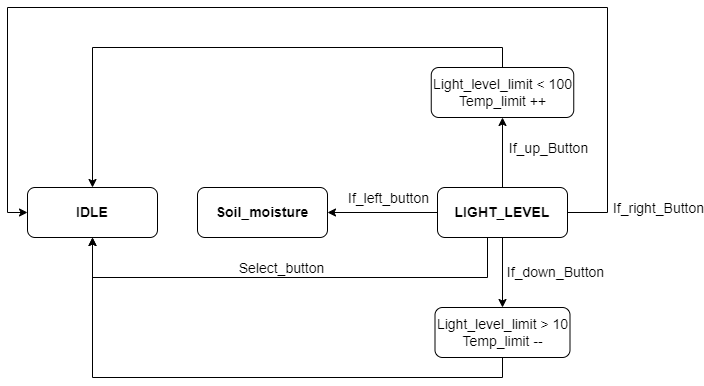
This is Labs/Project/Image/Light_level.png from Ladislav-Drapal/Digital-electronics-2, a draw.io export, as it was before one commit. Source tidied: cells renumbered, new cells last; positions are measured from the earlier drawing's top-left corner, leaving out a move shared by most shapes. Its diagram source:
```xml
<mxGraphModel>
  <root>
    <mxCell id="0" />
    <mxCell id="1" parent="0" />
    <mxCell id="2" style="edgeStyle=orthogonalEdgeStyle;rounded=0;jettySize=auto;html=1;exitX=0.5;exitY=1;exitDx=0;exitDy=0;entryX=0.5;entryY=0;entryDx=0;entryDy=0;fontSize=14;" parent="1" edge="1" source="9" target="13">
      <mxGeometry relative="1" as="geometry" />
    </mxCell>
    <mxCell id="3" style="edgeStyle=orthogonalEdgeStyle;rounded=0;jettySize=auto;html=1;exitX=1;exitY=0.5;exitDx=0;exitDy=0;entryX=0;entryY=0.5;entryDx=0;entryDy=0;fontSize=14;" parent="1" edge="1" source="9" target="18">
      <mxGeometry relative="1" as="geometry">
        <Array as="points">
          <mxPoint x="600" y="205" />
          <mxPoint x="600" />
          <mxPoint />
          <mxPoint y="205" />
        </Array>
      </mxGeometry>
    </mxCell>
    <mxCell id="4" style="edgeStyle=orthogonalEdgeStyle;rounded=0;jettySize=auto;html=1;exitX=0;exitY=0.5;exitDx=0;exitDy=0;entryX=1;entryY=0.5;entryDx=0;entryDy=0;fontSize=14;" parent="1" edge="1" source="9" target="14">
      <mxGeometry relative="1" as="geometry" />
    </mxCell>
    <mxCell id="5" value="If_left_button" style="edgeLabel;html=1;align=center;verticalAlign=middle;fontSize=14;" parent="4" vertex="1">
      <mxGeometry x="-0.18" y="-2" relative="1" as="geometry">
        <mxPoint x="-5" y="-13" as="offset" />
      </mxGeometry>
    </mxCell>
    <mxCell id="6" style="edgeStyle=orthogonalEdgeStyle;rounded=0;jettySize=auto;html=1;exitX=0.5;exitY=1;exitDx=0;exitDy=0;entryX=0.5;entryY=1;entryDx=0;entryDy=0;fontSize=14;" parent="1" edge="1" source="9" target="18">
      <mxGeometry relative="1" as="geometry">
        <Array as="points">
          <mxPoint x="480" y="230" />
          <mxPoint x="480" y="270" />
          <mxPoint x="85" y="270" />
        </Array>
      </mxGeometry>
    </mxCell>
    <mxCell id="7" value="Select_button" style="edgeLabel;html=1;align=center;verticalAlign=middle;fontSize=14;" parent="6" vertex="1">
      <mxGeometry x="0.07" y="1" relative="1" as="geometry">
        <mxPoint y="-11" as="offset" />
      </mxGeometry>
    </mxCell>
    <mxCell id="8" style="edgeStyle=orthogonalEdgeStyle;rounded=0;jettySize=auto;html=1;exitX=0.5;exitY=0;exitDx=0;exitDy=0;entryX=0.5;entryY=1;entryDx=0;entryDy=0;" parent="1" edge="1" source="9" target="11">
      <mxGeometry relative="1" as="geometry" />
    </mxCell>
    <mxCell id="9" value="&lt;span style=&quot;font-size: 14px&quot;&gt;&lt;b&gt;LIGHT_LEVEL&lt;/b&gt;&lt;/span&gt;" style="rounded=1;whiteSpace=wrap;html=1;" parent="1" vertex="1">
      <mxGeometry x="430" y="180" width="130" height="50" as="geometry" />
    </mxCell>
    <mxCell id="10" style="edgeStyle=orthogonalEdgeStyle;rounded=0;jettySize=auto;html=1;exitX=0.5;exitY=0;exitDx=0;exitDy=0;entryX=0.5;entryY=0;entryDx=0;entryDy=0;fontSize=14;" parent="1" edge="1" source="11" target="18">
      <mxGeometry relative="1" as="geometry" />
    </mxCell>
    <mxCell id="11" value="Light_level_limit &amp;lt; 100&lt;br&gt;Temp_limit ++" style="rounded=1;whiteSpace=wrap;html=1;fontSize=14;" parent="1" vertex="1">
      <mxGeometry x="423.8" y="60" width="142.5" height="50" as="geometry" />
    </mxCell>
    <mxCell id="12" style="edgeStyle=orthogonalEdgeStyle;rounded=0;jettySize=auto;html=1;exitX=0.5;exitY=1;exitDx=0;exitDy=0;entryX=0.5;entryY=1;entryDx=0;entryDy=0;fontSize=14;" parent="1" edge="1" source="13" target="18">
      <mxGeometry relative="1" as="geometry" />
    </mxCell>
    <mxCell id="13" value="Light_level_limit&amp;nbsp;&amp;gt; 10&lt;br&gt;Temp_limit --" style="rounded=1;whiteSpace=wrap;html=1;fontSize=14;" parent="1" vertex="1">
      <mxGeometry x="427.5" y="300" width="135" height="50" as="geometry" />
    </mxCell>
    <mxCell id="14" value="&lt;b&gt;&lt;font style=&quot;font-size: 14px&quot;&gt;Soil_moisture&lt;/font&gt;&lt;/b&gt;" style="rounded=1;whiteSpace=wrap;html=1;" parent="1" vertex="1">
      <mxGeometry x="190" y="180" width="130" height="50" as="geometry" />
    </mxCell>
    <mxCell id="15" value="If_right_Button" style="edgeLabel;html=1;align=center;verticalAlign=middle;fontSize=14;" parent="1" vertex="1">
      <mxGeometry x="650" y="200" as="geometry" />
    </mxCell>
    <mxCell id="16" value="If_up_Button" style="edgeLabel;html=1;align=center;verticalAlign=middle;fontSize=14;" parent="1" vertex="1">
      <mxGeometry x="540" y="140" as="geometry" />
    </mxCell>
    <mxCell id="17" value="If_down_Button" style="edgeLabel;html=1;align=center;verticalAlign=middle;fontSize=14;" parent="1" vertex="1">
      <mxGeometry x="530" y="270" as="geometry">
        <mxPoint x="17" y="-6" as="offset" />
      </mxGeometry>
    </mxCell>
    <mxCell id="18" value="&lt;b&gt;&lt;font style=&quot;font-size: 14px&quot;&gt;IDLE&lt;/font&gt;&lt;/b&gt;" style="rounded=1;whiteSpace=wrap;html=1;" parent="1" vertex="1">
      <mxGeometry x="20" y="180" width="130" height="50" as="geometry" />
    </mxCell>
  </root>
</mxGraphModel>
```
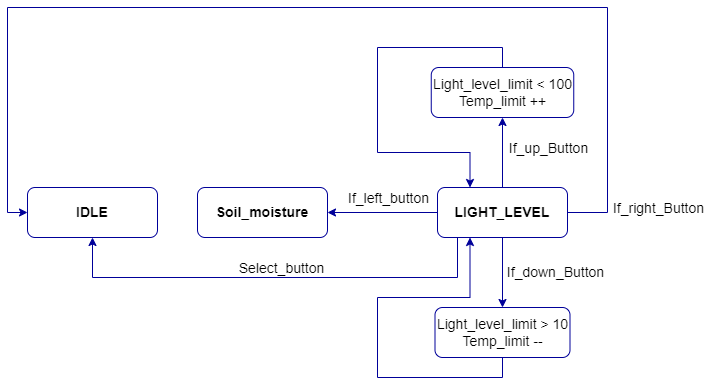
The same diagram one commit later.

Change to the diagram source:
```diff
@@ -2,10 +2,10 @@
   <root>
     <mxCell id="0" />
     <mxCell id="1" parent="0" />
-    <mxCell id="2" style="edgeStyle=orthogonalEdgeStyle;rounded=0;jettySize=auto;html=1;exitX=0.5;exitY=1;exitDx=0;exitDy=0;entryX=0.5;entryY=0;entryDx=0;entryDy=0;fontSize=14;" parent="1" edge="1" source="9" target="13">
+    <mxCell id="2" style="edgeStyle=orthogonalEdgeStyle;rounded=0;jettySize=auto;html=1;exitX=0.5;exitY=1;exitDx=0;exitDy=0;entryX=0.5;entryY=0;entryDx=0;entryDy=0;fontSize=14;strokeColor=#000099;" parent="1" edge="1" source="9" target="13">
       <mxGeometry relative="1" as="geometry" />
     </mxCell>
-    <mxCell id="3" style="edgeStyle=orthogonalEdgeStyle;rounded=0;jettySize=auto;html=1;exitX=1;exitY=0.5;exitDx=0;exitDy=0;entryX=0;entryY=0.5;entryDx=0;entryDy=0;fontSize=14;" parent="1" edge="1" source="9" target="18">
+    <mxCell id="3" style="edgeStyle=orthogonalEdgeStyle;rounded=0;jettySize=auto;html=1;exitX=1;exitY=0.5;exitDx=0;exitDy=0;entryX=0;entryY=0.5;entryDx=0;entryDy=0;fontSize=14;strokeColor=#000099;" parent="1" edge="1" source="9" target="18">
       <mxGeometry relative="1" as="geometry">
         <Array as="points">
           <mxPoint x="600" y="205" />
@@ -15,61 +15,75 @@
         </Array>
       </mxGeometry>
     </mxCell>
-    <mxCell id="4" style="edgeStyle=orthogonalEdgeStyle;rounded=0;jettySize=auto;html=1;exitX=0;exitY=0.5;exitDx=0;exitDy=0;entryX=1;entryY=0.5;entryDx=0;entryDy=0;fontSize=14;" parent="1" edge="1" source="9" target="14">
+    <mxCell id="4" style="edgeStyle=orthogonalEdgeStyle;rounded=0;jettySize=auto;html=1;exitX=0;exitY=0.5;exitDx=0;exitDy=0;entryX=1;entryY=0.5;entryDx=0;entryDy=0;fontSize=14;strokeColor=#000099;" parent="1" edge="1" source="9" target="14">
       <mxGeometry relative="1" as="geometry" />
     </mxCell>
-    <mxCell id="5" value="If_left_button" style="edgeLabel;html=1;align=center;verticalAlign=middle;fontSize=14;" parent="4" vertex="1">
+    <mxCell id="5" value="If_left_button" style="edgeLabel;html=1;align=center;verticalAlign=middle;fontSize=14;strokeColor=#000099;" parent="4" vertex="1">
       <mxGeometry x="-0.18" y="-2" relative="1" as="geometry">
         <mxPoint x="-5" y="-13" as="offset" />
       </mxGeometry>
     </mxCell>
-    <mxCell id="6" style="edgeStyle=orthogonalEdgeStyle;rounded=0;jettySize=auto;html=1;exitX=0.5;exitY=1;exitDx=0;exitDy=0;entryX=0.5;entryY=1;entryDx=0;entryDy=0;fontSize=14;" parent="1" edge="1" source="9" target="18">
+    <mxCell id="6" style="edgeStyle=orthogonalEdgeStyle;rounded=0;jettySize=auto;html=1;exitX=0.5;exitY=1;exitDx=0;exitDy=0;entryX=0.5;entryY=1;entryDx=0;entryDy=0;fontSize=14;strokeColor=#000099;" parent="1" edge="1" source="9" target="18">
       <mxGeometry relative="1" as="geometry">
         <Array as="points">
-          <mxPoint x="480" y="230" />
-          <mxPoint x="480" y="270" />
+          <mxPoint x="450" y="230" />
+          <mxPoint x="450" y="270" />
           <mxPoint x="85" y="270" />
         </Array>
       </mxGeometry>
     </mxCell>
-    <mxCell id="7" value="Select_button" style="edgeLabel;html=1;align=center;verticalAlign=middle;fontSize=14;" parent="6" vertex="1">
+    <mxCell id="7" value="Select_button" style="edgeLabel;html=1;align=center;verticalAlign=middle;fontSize=14;strokeColor=#000099;" parent="6" vertex="1">
       <mxGeometry x="0.07" y="1" relative="1" as="geometry">
         <mxPoint y="-11" as="offset" />
       </mxGeometry>
     </mxCell>
-    <mxCell id="8" style="edgeStyle=orthogonalEdgeStyle;rounded=0;jettySize=auto;html=1;exitX=0.5;exitY=0;exitDx=0;exitDy=0;entryX=0.5;entryY=1;entryDx=0;entryDy=0;" parent="1" edge="1" source="9" target="11">
+    <mxCell id="8" style="edgeStyle=orthogonalEdgeStyle;rounded=0;jettySize=auto;html=1;exitX=0.5;exitY=0;exitDx=0;exitDy=0;entryX=0.5;entryY=1;entryDx=0;entryDy=0;strokeColor=#000099;" parent="1" edge="1" source="9" target="11">
       <mxGeometry relative="1" as="geometry" />
     </mxCell>
-    <mxCell id="9" value="&lt;span style=&quot;font-size: 14px&quot;&gt;&lt;b&gt;LIGHT_LEVEL&lt;/b&gt;&lt;/span&gt;" style="rounded=1;whiteSpace=wrap;html=1;" parent="1" vertex="1">
+    <mxCell id="9" value="&lt;span style=&quot;font-size: 14px&quot;&gt;&lt;b&gt;LIGHT_LEVEL&lt;/b&gt;&lt;/span&gt;" style="rounded=1;whiteSpace=wrap;html=1;strokeColor=#000099;" parent="1" vertex="1">
       <mxGeometry x="430" y="180" width="130" height="50" as="geometry" />
     </mxCell>
-    <mxCell id="10" style="edgeStyle=orthogonalEdgeStyle;rounded=0;jettySize=auto;html=1;exitX=0.5;exitY=0;exitDx=0;exitDy=0;entryX=0.5;entryY=0;entryDx=0;entryDy=0;fontSize=14;" parent="1" edge="1" source="11" target="18">
-      <mxGeometry relative="1" as="geometry" />
+    <mxCell id="10" style="edgeStyle=orthogonalEdgeStyle;rounded=0;jettySize=auto;html=1;exitX=0.5;exitY=0;exitDx=0;exitDy=0;entryX=0.25;entryY=0;entryDx=0;entryDy=0;fontSize=14;strokeColor=#000099;" parent="1" edge="1" source="11" target="9">
+      <mxGeometry relative="1" as="geometry">
+        <Array as="points">
+          <mxPoint x="495" y="40" />
+          <mxPoint x="370" y="40" />
+          <mxPoint x="370" y="145" />
+          <mxPoint x="463" y="145" />
+        </Array>
+      </mxGeometry>
     </mxCell>
-    <mxCell id="11" value="Light_level_limit &amp;lt; 100&lt;br&gt;Temp_limit ++" style="rounded=1;whiteSpace=wrap;html=1;fontSize=14;" parent="1" vertex="1">
+    <mxCell id="11" value="Light_level_limit &amp;lt; 100&lt;br&gt;Temp_limit ++" style="rounded=1;whiteSpace=wrap;html=1;fontSize=14;strokeColor=#000099;" parent="1" vertex="1">
       <mxGeometry x="423.8" y="60" width="142.5" height="50" as="geometry" />
     </mxCell>
-    <mxCell id="12" style="edgeStyle=orthogonalEdgeStyle;rounded=0;jettySize=auto;html=1;exitX=0.5;exitY=1;exitDx=0;exitDy=0;entryX=0.5;entryY=1;entryDx=0;entryDy=0;fontSize=14;" parent="1" edge="1" source="13" target="18">
-      <mxGeometry relative="1" as="geometry" />
+    <mxCell id="12" style="edgeStyle=orthogonalEdgeStyle;rounded=0;jettySize=auto;html=1;exitX=0.5;exitY=1;exitDx=0;exitDy=0;fontSize=14;entryX=0.25;entryY=1;entryDx=0;entryDy=0;strokeColor=#000099;" parent="1" edge="1" source="13" target="9">
+      <mxGeometry relative="1" as="geometry">
+        <Array as="points">
+          <mxPoint x="495" y="370" />
+          <mxPoint x="370" y="370" />
+          <mxPoint x="370" y="290" />
+          <mxPoint x="463" y="290" />
+        </Array>
+      </mxGeometry>
     </mxCell>
-    <mxCell id="13" value="Light_level_limit&amp;nbsp;&amp;gt; 10&lt;br&gt;Temp_limit --" style="rounded=1;whiteSpace=wrap;html=1;fontSize=14;" parent="1" vertex="1">
+    <mxCell id="13" value="Light_level_limit&amp;nbsp;&amp;gt; 10&lt;br&gt;Temp_limit --" style="rounded=1;whiteSpace=wrap;html=1;fontSize=14;strokeColor=#000099;" parent="1" vertex="1">
       <mxGeometry x="427.5" y="300" width="135" height="50" as="geometry" />
     </mxCell>
-    <mxCell id="14" value="&lt;b&gt;&lt;font style=&quot;font-size: 14px&quot;&gt;Soil_moisture&lt;/font&gt;&lt;/b&gt;" style="rounded=1;whiteSpace=wrap;html=1;" parent="1" vertex="1">
+    <mxCell id="14" value="&lt;b&gt;&lt;font style=&quot;font-size: 14px&quot;&gt;Soil_moisture&lt;/font&gt;&lt;/b&gt;" style="rounded=1;whiteSpace=wrap;html=1;strokeColor=#000099;" parent="1" vertex="1">
       <mxGeometry x="190" y="180" width="130" height="50" as="geometry" />
     </mxCell>
-    <mxCell id="15" value="If_right_Button" style="edgeLabel;html=1;align=center;verticalAlign=middle;fontSize=14;" parent="1" vertex="1">
+    <mxCell id="15" value="If_right_Button" style="edgeLabel;html=1;align=center;verticalAlign=middle;fontSize=14;strokeColor=#000099;" parent="1" vertex="1">
       <mxGeometry x="650" y="200" as="geometry" />
     </mxCell>
-    <mxCell id="16" value="If_up_Button" style="edgeLabel;html=1;align=center;verticalAlign=middle;fontSize=14;" parent="1" vertex="1">
+    <mxCell id="16" value="If_up_Button" style="edgeLabel;html=1;align=center;verticalAlign=middle;fontSize=14;strokeColor=#000099;" parent="1" vertex="1">
       <mxGeometry x="540" y="140" as="geometry" />
     </mxCell>
-    <mxCell id="17" value="If_down_Button" style="edgeLabel;html=1;align=center;verticalAlign=middle;fontSize=14;" parent="1" vertex="1">
+    <mxCell id="17" value="If_down_Button" style="edgeLabel;html=1;align=center;verticalAlign=middle;fontSize=14;strokeColor=#000099;" parent="1" vertex="1">
       <mxGeometry x="530" y="270" as="geometry">
         <mxPoint x="17" y="-6" as="offset" />
       </mxGeometry>
     </mxCell>
-    <mxCell id="18" value="&lt;b&gt;&lt;font style=&quot;font-size: 14px&quot;&gt;IDLE&lt;/font&gt;&lt;/b&gt;" style="rounded=1;whiteSpace=wrap;html=1;" parent="1" vertex="1">
+    <mxCell id="18" value="&lt;b&gt;&lt;font style=&quot;font-size: 14px&quot;&gt;IDLE&lt;/font&gt;&lt;/b&gt;" style="rounded=1;whiteSpace=wrap;html=1;strokeColor=#000099;" parent="1" vertex="1">
       <mxGeometry x="20" y="180" width="130" height="50" as="geometry" />
     </mxCell>
   </root>
```
